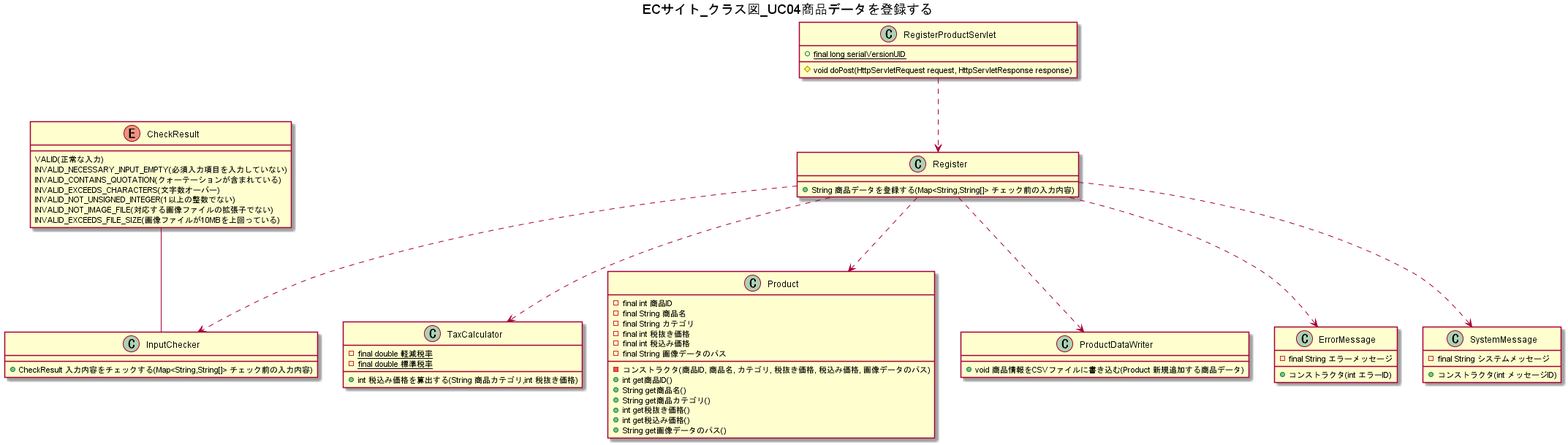
wnakayama/ojt_ecsite keeps this PlantUML diagram as UML/ECサイト_クラス図_UC04商品データを登録する.png. Above is the earlier version.
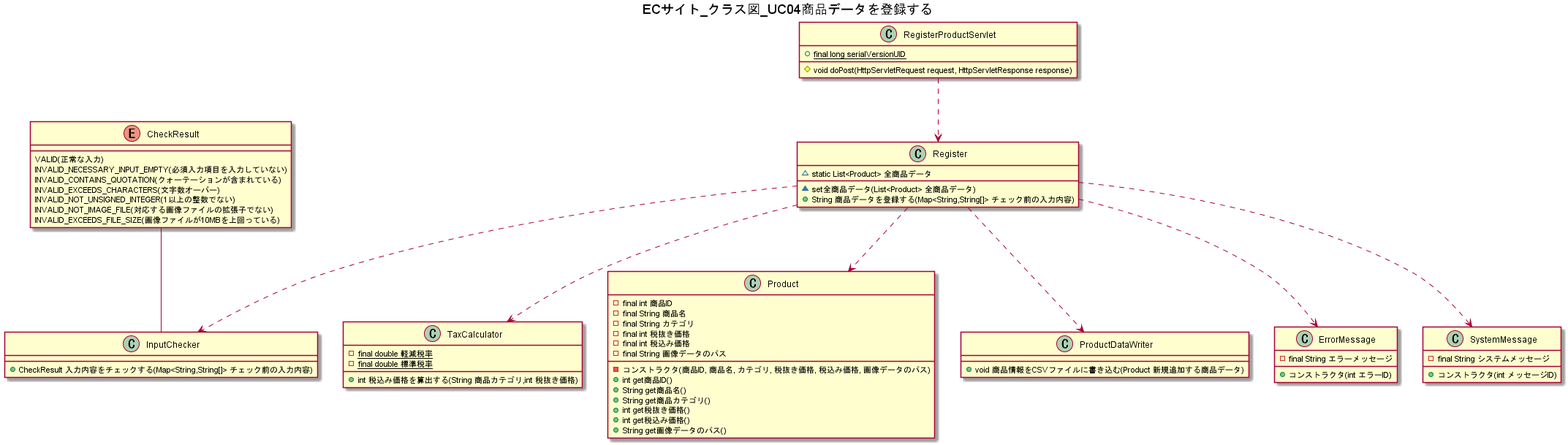
The same diagram one commit later.

Change to the diagram source:
```diff
@@ -9,6 +9,8 @@
 
 RegisterProductServlet ..> Register
 class Register {
+    ~static List<Product> 全商品データ
+    ~set全商品データ(List<Product> 全商品データ)
     +String 商品データを登録する(Map<String,String[]> チェック前の入力内容)
 }
 
```
